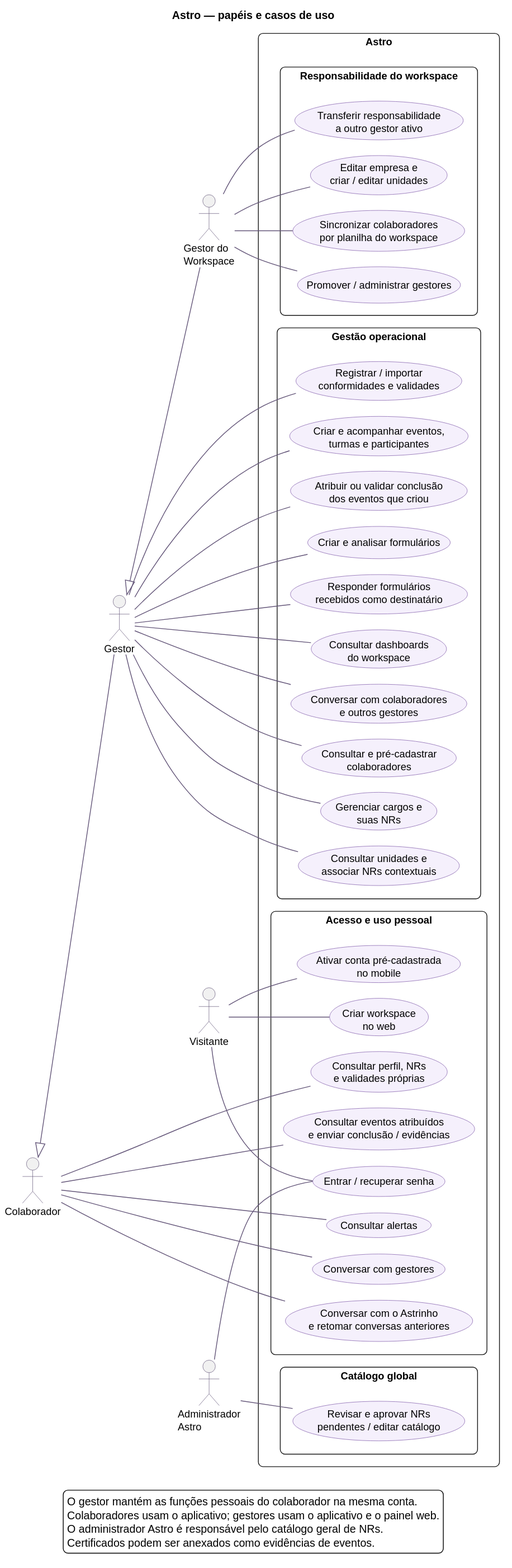
Earlier version of the PlantUML export diagrams/rendered/casos_de_uso.svg (Astro-Inter/astro-eqs-diagrams).
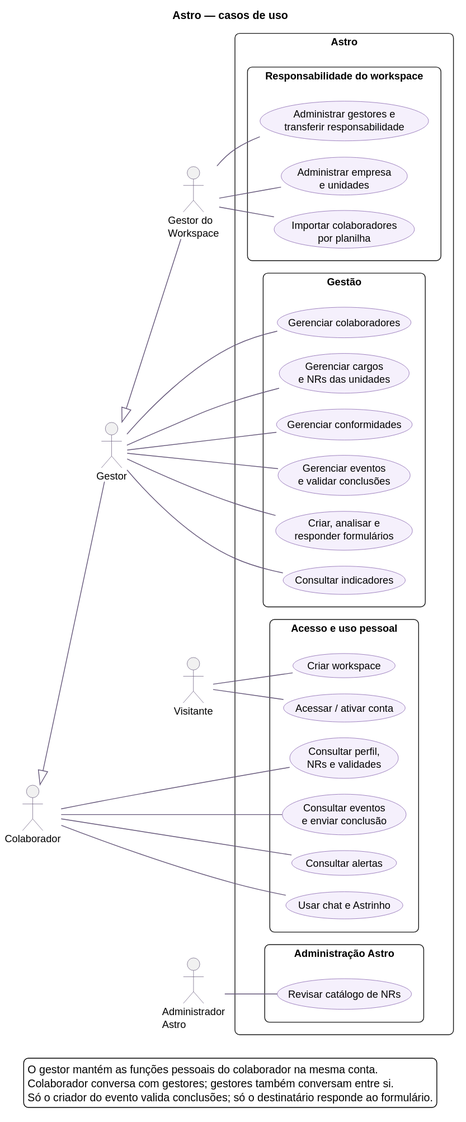
The same file after the commit.

Diff of the diagram source:
```diff
@@ -1,10 +1,10 @@
 @startuml
 !pragma layout smetana
 !include estilo.iuml
-title Astro — papéis e casos de uso
+title Astro — casos de uso
 left to right direction
 skinparam nodesep 20
-skinparam ranksep 55
+skinparam ranksep 45
 skinparam usecaseBackgroundColor #F5F0FC
 skinparam usecaseBorderColor #7952A5
 skinparam actorBorderColor #645679
@@ -19,66 +19,50 @@
 
 rectangle "Astro" {
   package "Acesso e uso pessoal" {
-    usecase "Criar workspace\nno web" as criar_workspace
-    usecase "Ativar conta pré-cadastrada\nno mobile" as ativar
-    usecase "Entrar / recuperar senha" as acesso
-    usecase "Consultar perfil, NRs\ne validades próprias" as perfil
-    usecase "Consultar eventos atribuídos\ne enviar conclusão / evidências" as participar
+    usecase "Criar workspace" as criar
+    usecase "Acessar / ativar conta" as acesso
+    usecase "Consultar perfil,\nNRs e validades" as perfil
+    usecase "Consultar eventos\ne enviar conclusão" as participar
     usecase "Consultar alertas" as alertas
-    usecase "Conversar com gestores" as chat
-    usecase "Conversar com o Astrinho\ne retomar conversas anteriores" as ia
+    usecase "Usar chat e Astrinho" as conversar
   }
-  package "Gestão operacional" {
-    usecase "Consultar e pré-cadastrar\ncolaboradores" as pessoas
-    usecase "Gerenciar cargos e\nsuas NRs" as cargos
-    usecase "Consultar unidades e\nassociar NRs contextuais" as unidades
-    usecase "Registrar / importar\nconformidades e validades" as conformidades
-    usecase "Criar e acompanhar eventos,\nturmas e participantes" as eventos
-    usecase "Atribuir ou validar conclusão\ndos eventos que criou" as validar
-    usecase "Criar e analisar formulários" as formularios
-    usecase "Responder formulários\nrecebidos como destinatário" as responder
-    usecase "Consultar dashboards\ndo workspace" as bi
-    usecase "Conversar com colaboradores\ne outros gestores" as chat_gestao
+  package "Gestão" {
+    usecase "Gerenciar colaboradores" as pessoas
+    usecase "Gerenciar cargos\ne NRs das unidades" as estrutura
+    usecase "Gerenciar conformidades" as conformidades
+    usecase "Gerenciar eventos\ne validar conclusões" as eventos
+    usecase "Criar, analisar e\nresponder formulários" as formularios
+    usecase "Consultar indicadores" as indicadores
   }
   package "Responsabilidade do workspace" {
-    usecase "Editar empresa e\ncriar / editar unidades" as empresa
-    usecase "Sincronizar colaboradores\npor planilha do workspace" as importar
-    usecase "Promover / administrar gestores" as gestores
-    usecase "Transferir responsabilidade\na outro gestor ativo" as transferir
+    usecase "Administrar empresa\ne unidades" as empresa
+    usecase "Importar colaboradores\npor planilha" as importar
+    usecase "Administrar gestores e\ntransferir responsabilidade" as gestores
   }
-  package "Catálogo global" {
-    usecase "Revisar e aprovar NRs\npendentes / editar catálogo" as catalogo
+  package "Administração Astro" {
+    usecase "Revisar catálogo de NRs" as catalogo
   }
 }
-visitante -- criar_workspace
-visitante -- ativar
+visitante -- criar
 visitante -- acesso
 colaborador -- perfil
 colaborador -- participar
 colaborador -- alertas
-colaborador -- chat
-colaborador -- ia
+colaborador -- conversar
 gestor -- pessoas
-gestor -- cargos
-gestor -- unidades
+gestor -- estrutura
 gestor -- conformidades
 gestor -- eventos
-gestor -- validar
 gestor -- formularios
-gestor -- responder
-gestor -- bi
-gestor -- chat_gestao
+gestor -- indicadores
 responsavel -- empresa
 responsavel -- importar
 responsavel -- gestores
-responsavel -- transferir
 admin -- catalogo
-admin -- acesso
 
 legend bottom
   O gestor mantém as funções pessoais do colaborador na mesma conta.
-  Colaboradores usam o aplicativo; gestores usam o aplicativo e o painel web.
-  O administrador Astro é responsável pelo catálogo geral de NRs.
-  Certificados podem ser anexados como evidências de eventos.
+  Colaborador conversa com gestores; gestores também conversam entre si.
+  Só o criador do evento valida conclusões; só o destinatário responde ao formulário.
 endlegend
 @enduml
```
